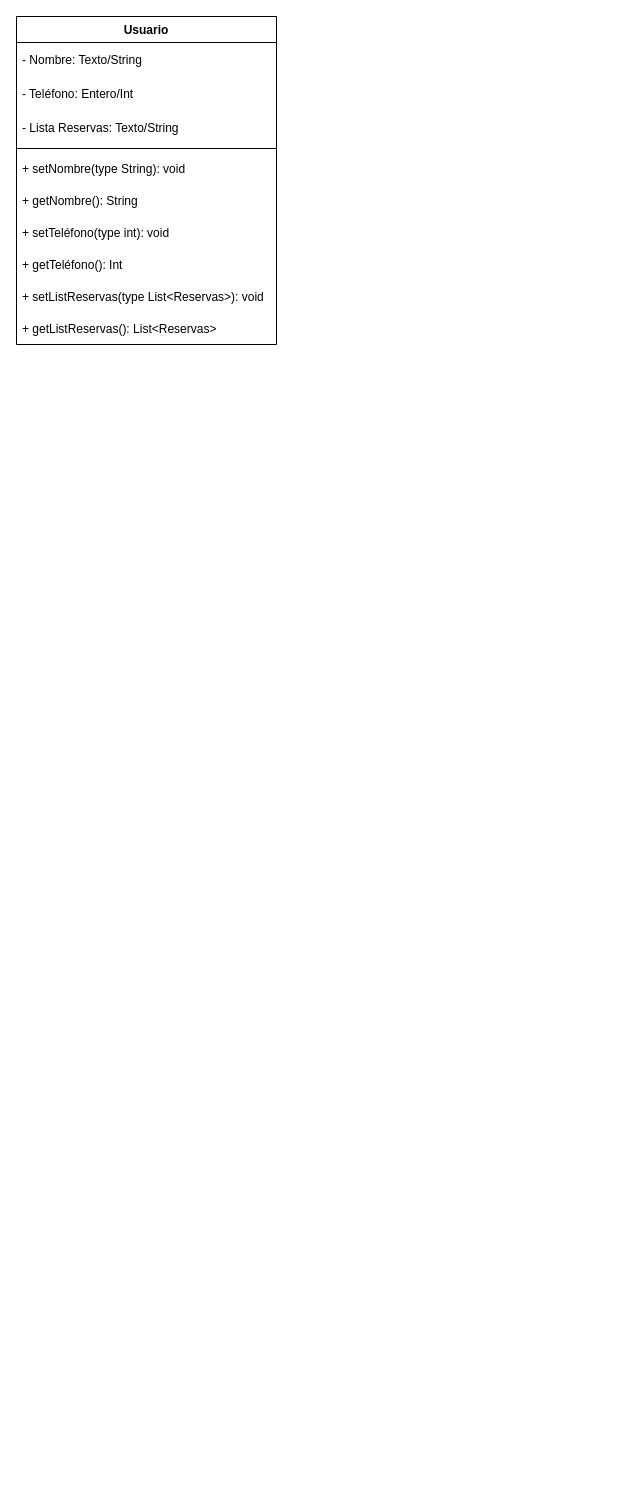
The draw.io diagram Unidad-3/DiagramaReservaVuelos.drawio in PeterMartEsc/ETS, before the edit. Source tidied: cells renumbered, new cells numbered last; positions are measured from the earlier drawing's top-left corner, leaving out a move shared by most shapes. Both pictures are drawn from the tidied source at 100%, with x=0, y=0 at pixel (16, 16).
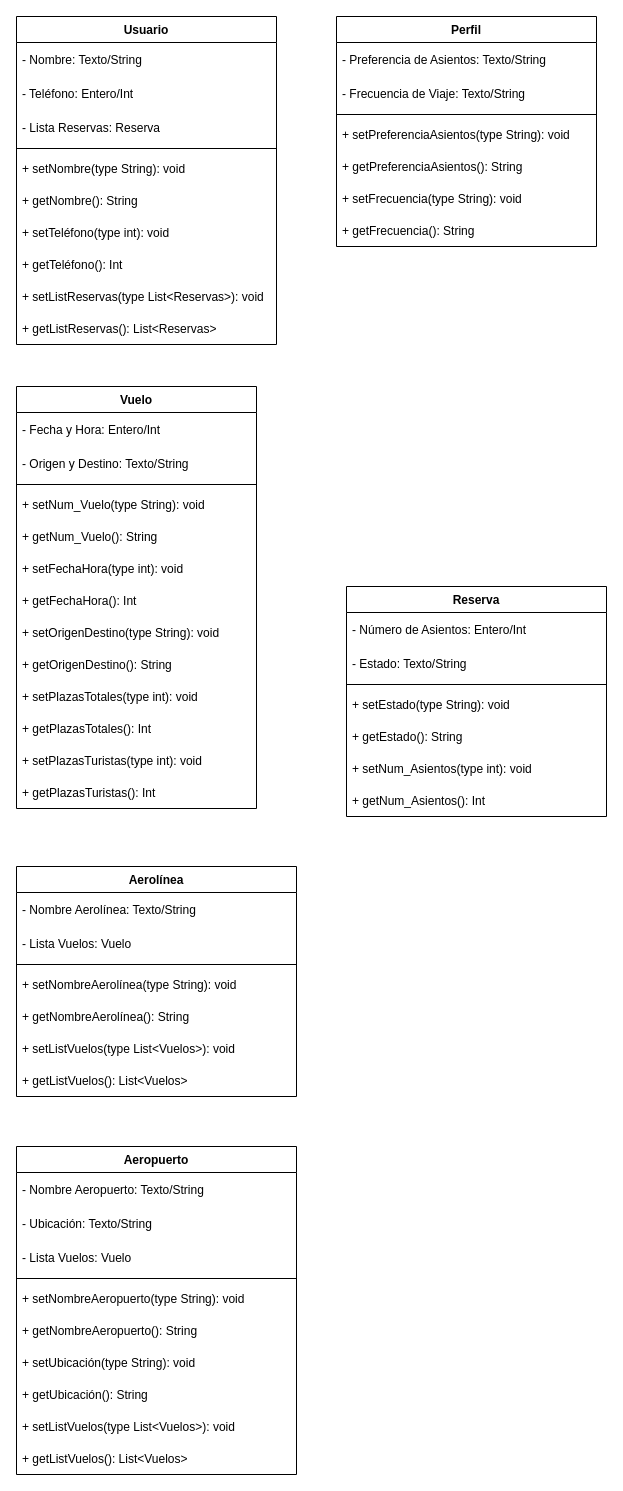
Above is the later version.

The change refers to these unchanged cells:
```xml
<mxCell id="2" value="Usuario" style="swimlane;align=center;verticalAlign=middle;horizontal=1;startSize=26;" parent="1" vertex="1">
  <mxGeometry width="260" height="328" as="geometry" />
</mxCell>
```

The edit, as a diff of the source:
```diff
@@
-    <mxCell id="5" value="- Lista Reservas: Texto/String" style="text;strokeColor=none;fillColor=none;align=left;verticalAlign=middle;spacingLeft=4;spacingRight=4;overflow=hidden;" parent="2" vertex="1">
+    <mxCell id="5" value="- Lista Reservas: Reserva" style="text;strokeColor=none;fillColor=none;align=left;verticalAlign=middle;spacingLeft=4;spacingRight=4;overflow=hidden;" parent="2" vertex="1">
       <mxGeometry y="94" width="260" height="34" as="geometry" />
     </mxCell>
@@
+    <mxCell id="13" value="Vuelo" style="swimlane;align=center;verticalAlign=middle;horizontal=1;startSize=26;" parent="1" vertex="1">
+      <mxGeometry y="370" width="240" height="422" as="geometry" />
+    </mxCell>
+    <mxCell id="14" value="- Fecha y Hora: Entero/Int" style="text;strokeColor=none;fillColor=none;align=left;verticalAlign=middle;spacingLeft=4;spacingRight=4;overflow=hidden;" parent="13" vertex="1">
+      <mxGeometry y="26" width="240" height="34" as="geometry" />
+    </mxCell>
+    <mxCell id="15" value="- Origen y Destino: Texto/String" style="text;strokeColor=none;fillColor=none;align=left;verticalAlign=middle;spacingLeft=4;spacingRight=4;overflow=hidden;" parent="13" vertex="1">
+      <mxGeometry y="60" width="240" height="34" as="geometry" />
+    </mxCell>
+    <mxCell id="16" style="line;strokeWidth=1;fillColor=none;align=left;verticalAlign=middle;spacingTop=-1;spacingLeft=3;spacingRight=3;labelPosition=right;strokeColor=inherit;" parent="13" vertex="1">
+      <mxGeometry y="94" width="240" height="8" as="geometry" />
+    </mxCell>
+    <mxCell id="17" value="+ setNum_Vuelo(type String): void" style="text;strokeColor=none;fillColor=none;align=left;verticalAlign=middle;spacingLeft=4;spacingRight=4;overflow=hidden;" parent="13" vertex="1">
+      <mxGeometry y="102" width="240" height="32" as="geometry" />
+    </mxCell>
+    <mxCell id="18" value="+ getNum_Vuelo(): String" style="text;strokeColor=none;fillColor=none;align=left;verticalAlign=middle;spacingLeft=4;spacingRight=4;overflow=hidden;" parent="13" vertex="1">
+      <mxGeometry y="134" width="240" height="32" as="geometry" />
+    </mxCell>
+    <mxCell id="19" value="+ setFechaHora(type int): void" style="text;strokeColor=none;fillColor=none;align=left;verticalAlign=middle;spacingLeft=4;spacingRight=4;overflow=hidden;" parent="13" vertex="1">
+      <mxGeometry y="166" width="240" height="32" as="geometry" />
+    </mxCell>
+    <mxCell id="20" value="+ getFechaHora(): Int" style="text;strokeColor=none;fillColor=none;align=left;verticalAlign=middle;spacingLeft=4;spacingRight=4;overflow=hidden;" parent="13" vertex="1">
+      <mxGeometry y="198" width="240" height="32" as="geometry" />
+    </mxCell>
+    <mxCell id="21" value="+ setOrigenDestino(type String): void" style="text;strokeColor=none;fillColor=none;align=left;verticalAlign=middle;spacingLeft=4;spacingRight=4;overflow=hidden;" parent="13" vertex="1">
+      <mxGeometry y="230" width="240" height="32" as="geometry" />
+    </mxCell>
+    <mxCell id="22" value="+ getOrigenDestino(): String" style="text;strokeColor=none;fillColor=none;align=left;verticalAlign=middle;spacingLeft=4;spacingRight=4;overflow=hidden;" parent="13" vertex="1">
+      <mxGeometry y="262" width="240" height="32" as="geometry" />
+    </mxCell>
+    <mxCell id="23" value="+ setPlazasTotales(type int): void" style="text;strokeColor=none;fillColor=none;align=left;verticalAlign=middle;spacingLeft=4;spacingRight=4;overflow=hidden;" parent="13" vertex="1">
+      <mxGeometry y="294" width="240" height="32" as="geometry" />
+    </mxCell>
+    <mxCell id="24" value="+ getPlazasTotales(): Int" style="text;strokeColor=none;fillColor=none;align=left;verticalAlign=middle;spacingLeft=4;spacingRight=4;overflow=hidden;" parent="13" vertex="1">
+      <mxGeometry y="326" width="240" height="32" as="geometry" />
+    </mxCell>
+    <mxCell id="25" value="+ setPlazasTuristas(type int): void" style="text;strokeColor=none;fillColor=none;align=left;verticalAlign=middle;spacingLeft=4;spacingRight=4;overflow=hidden;" parent="13" vertex="1">
+      <mxGeometry y="358" width="240" height="32" as="geometry" />
+    </mxCell>
+    <mxCell id="26" value="+ getPlazasTuristas(): Int" style="text;strokeColor=none;fillColor=none;align=left;verticalAlign=middle;spacingLeft=4;spacingRight=4;overflow=hidden;" parent="13" vertex="1">
+      <mxGeometry y="390" width="240" height="32" as="geometry" />
+    </mxCell>
+    <mxCell id="27" value="Reserva" style="swimlane;align=center;verticalAlign=middle;horizontal=1;startSize=26;" parent="1" vertex="1">
+      <mxGeometry x="330" y="570" width="260" height="230" as="geometry" />
+    </mxCell>
+    <mxCell id="28" value="- Número de Asientos: Entero/Int" style="text;strokeColor=none;fillColor=none;align=left;verticalAlign=middle;spacingLeft=4;spacingRight=4;overflow=hidden;" parent="27" vertex="1">
+      <mxGeometry y="26" width="260" height="34" as="geometry" />
+    </mxCell>
+    <mxCell id="29" value="- Estado: Texto/String" style="text;align=left;verticalAlign=middle;spacingLeft=4;spacingRight=4;overflow=hidden;labelBackgroundColor=none;" parent="27" vertex="1">
+      <mxGeometry y="60" width="260" height="34" as="geometry" />
+    </mxCell>
+    <mxCell id="30" style="line;strokeWidth=1;fillColor=none;align=left;verticalAlign=middle;spacingTop=-1;spacingLeft=3;spacingRight=3;labelPosition=right;strokeColor=inherit;" parent="27" vertex="1">
+      <mxGeometry y="94" width="260" height="8" as="geometry" />
+    </mxCell>
+    <mxCell id="31" value="+ setEstado(type String): void" style="text;strokeColor=none;fillColor=none;align=left;verticalAlign=middle;spacingLeft=4;spacingRight=4;overflow=hidden;" parent="27" vertex="1">
+      <mxGeometry y="102" width="260" height="32" as="geometry" />
+    </mxCell>
+    <mxCell id="32" value="+ getEstado(): String" style="text;strokeColor=none;fillColor=none;align=left;verticalAlign=middle;spacingLeft=4;spacingRight=4;overflow=hidden;" parent="27" vertex="1">
+      <mxGeometry y="134" width="260" height="32" as="geometry" />
+    </mxCell>
+    <mxCell id="33" value="+ setNum_Asientos(type int): void" style="text;strokeColor=none;fillColor=none;align=left;verticalAlign=middle;spacingLeft=4;spacingRight=4;overflow=hidden;" parent="27" vertex="1">
+      <mxGeometry y="166" width="260" height="32" as="geometry" />
+    </mxCell>
+    <mxCell id="34" value="+ getNum_Asientos(): Int" style="text;strokeColor=none;fillColor=none;align=left;verticalAlign=middle;spacingLeft=4;spacingRight=4;overflow=hidden;" parent="27" vertex="1">
+      <mxGeometry y="198" width="260" height="32" as="geometry" />
+    </mxCell>
+    <mxCell id="35" value="Aerolínea" style="swimlane;align=center;verticalAlign=middle;horizontal=1;startSize=26;" parent="1" vertex="1">
+      <mxGeometry y="850" width="280" height="230" as="geometry" />
+    </mxCell>
+    <mxCell id="36" value="- Nombre Aerolínea: Texto/String" style="text;strokeColor=none;fillColor=none;align=left;verticalAlign=middle;spacingLeft=4;spacingRight=4;overflow=hidden;" parent="35" vertex="1">
+      <mxGeometry y="26" width="280" height="34" as="geometry" />
+    </mxCell>
+    <mxCell id="37" value="- Lista Vuelos: Vuelo" style="text;strokeColor=none;fillColor=none;align=left;verticalAlign=middle;spacingLeft=4;spacingRight=4;overflow=hidden;" parent="35" vertex="1">
+      <mxGeometry y="60" width="280" height="34" as="geometry" />
+    </mxCell>
+    <mxCell id="38" style="line;strokeWidth=1;fillColor=none;align=left;verticalAlign=middle;spacingTop=-1;spacingLeft=3;spacingRight=3;labelPosition=right;strokeColor=inherit;" parent="35" vertex="1">
+      <mxGeometry y="94" width="280" height="8" as="geometry" />
+    </mxCell>
+    <mxCell id="39" value="+ setNombreAerolínea(type String): void" style="text;strokeColor=none;fillColor=none;align=left;verticalAlign=middle;spacingLeft=4;spacingRight=4;overflow=hidden;" parent="35" vertex="1">
+      <mxGeometry y="102" width="280" height="32" as="geometry" />
+    </mxCell>
+    <mxCell id="40" value="+ getNombreAerolínea(): String" style="text;strokeColor=none;fillColor=none;align=left;verticalAlign=middle;spacingLeft=4;spacingRight=4;overflow=hidden;" parent="35" vertex="1">
+      <mxGeometry y="134" width="280" height="32" as="geometry" />
+    </mxCell>
+    <mxCell id="41" value="+ setListVuelos(type List&lt;Vuelos&gt;): void" style="text;strokeColor=none;fillColor=none;align=left;verticalAlign=middle;spacingLeft=4;spacingRight=4;overflow=hidden;" parent="35" vertex="1">
+      <mxGeometry y="166" width="280" height="32" as="geometry" />
+    </mxCell>
+    <mxCell id="42" value="+ getListVuelos(): List&lt;Vuelos&gt;" style="text;strokeColor=none;fillColor=none;align=left;verticalAlign=middle;spacingLeft=4;spacingRight=4;overflow=hidden;" parent="35" vertex="1">
+      <mxGeometry y="198" width="280" height="32" as="geometry" />
+    </mxCell>
+    <mxCell id="43" value="Aeropuerto" style="swimlane;align=center;verticalAlign=middle;horizontal=1;startSize=26;" parent="1" vertex="1">
+      <mxGeometry y="1130" width="280" height="328" as="geometry" />
+    </mxCell>
+    <mxCell id="44" value="- Nombre Aeropuerto: Texto/String" style="text;strokeColor=none;fillColor=none;align=left;verticalAlign=middle;spacingLeft=4;spacingRight=4;overflow=hidden;" parent="43" vertex="1">
+      <mxGeometry y="26" width="280" height="34" as="geometry" />
+    </mxCell>
+    <mxCell id="45" value="- Ubicación: Texto/String" style="text;strokeColor=none;fillColor=none;align=left;verticalAlign=middle;spacingLeft=4;spacingRight=4;overflow=hidden;" parent="43" vertex="1">
+      <mxGeometry y="60" width="280" height="34" as="geometry" />
+    </mxCell>
+    <mxCell id="46" value="- Lista Vuelos: Vuelo" style="text;strokeColor=none;fillColor=none;align=left;verticalAlign=middle;spacingLeft=4;spacingRight=4;overflow=hidden;" parent="43" vertex="1">
+      <mxGeometry y="94" width="280" height="34" as="geometry" />
+    </mxCell>
+    <mxCell id="47" style="line;strokeWidth=1;fillColor=none;align=left;verticalAlign=middle;spacingTop=-1;spacingLeft=3;spacingRight=3;labelPosition=right;strokeColor=inherit;" parent="43" vertex="1">
+      <mxGeometry y="128" width="280" height="8" as="geometry" />
+    </mxCell>
+    <mxCell id="48" value="+ setNombreAeropuerto(type String): void" style="text;strokeColor=none;fillColor=none;align=left;verticalAlign=middle;spacingLeft=4;spacingRight=4;overflow=hidden;" parent="43" vertex="1">
+      <mxGeometry y="136" width="280" height="32" as="geometry" />
+    </mxCell>
+    <mxCell id="49" value="+ getNombreAeropuerto(): String" style="text;strokeColor=none;fillColor=none;align=left;verticalAlign=middle;spacingLeft=4;spacingRight=4;overflow=hidden;" parent="43" vertex="1">
+      <mxGeometry y="168" width="280" height="32" as="geometry" />
+    </mxCell>
+    <mxCell id="50" value="+ setUbicación(type String): void" style="text;strokeColor=none;fillColor=none;align=left;verticalAlign=middle;spacingLeft=4;spacingRight=4;overflow=hidden;" parent="43" vertex="1">
+      <mxGeometry y="200" width="280" height="32" as="geometry" />
+    </mxCell>
+    <mxCell id="51" value="+ getUbicación(): String" style="text;strokeColor=none;fillColor=none;align=left;verticalAlign=middle;spacingLeft=4;spacingRight=4;overflow=hidden;" parent="43" vertex="1">
+      <mxGeometry y="232" width="280" height="32" as="geometry" />
+    </mxCell>
+    <mxCell id="52" value="+ setListVuelos(type List&lt;Vuelos&gt;): void" style="text;strokeColor=none;fillColor=none;align=left;verticalAlign=middle;spacingLeft=4;spacingRight=4;overflow=hidden;" parent="43" vertex="1">
+      <mxGeometry y="264" width="280" height="32" as="geometry" />
+    </mxCell>
+    <mxCell id="53" value="+ getListVuelos(): List&lt;Vuelos&gt;" style="text;strokeColor=none;fillColor=none;align=left;verticalAlign=middle;spacingLeft=4;spacingRight=4;overflow=hidden;" parent="43" vertex="1">
+      <mxGeometry y="296" width="280" height="32" as="geometry" />
+    </mxCell>
+    <mxCell id="54" value="Perfil" style="swimlane;align=center;verticalAlign=middle;horizontal=1;startSize=26;" parent="1" vertex="1">
+      <mxGeometry x="320" width="260" height="230" as="geometry" />
+    </mxCell>
+    <mxCell id="55" value="- Preferencia de Asientos: Texto/String" style="text;align=left;verticalAlign=middle;spacingLeft=4;spacingRight=4;overflow=hidden;labelBackgroundColor=none;" parent="54" vertex="1">
+      <mxGeometry y="26" width="260" height="34" as="geometry" />
+    </mxCell>
+    <mxCell id="56" value="- Frecuencia de Viaje: Texto/String" style="text;strokeColor=none;fillColor=none;align=left;verticalAlign=middle;spacingLeft=4;spacingRight=4;overflow=hidden;" parent="54" vertex="1">
+      <mxGeometry y="60" width="260" height="34" as="geometry" />
+    </mxCell>
+    <mxCell id="57" style="line;strokeWidth=1;fillColor=none;align=left;verticalAlign=middle;spacingTop=-1;spacingLeft=3;spacingRight=3;labelPosition=right;strokeColor=inherit;" parent="54" vertex="1">
+      <mxGeometry y="94" width="260" height="8" as="geometry" />
+    </mxCell>
+    <mxCell id="58" value="+ setPreferenciaAsientos(type String): void" style="text;strokeColor=none;fillColor=none;align=left;verticalAlign=middle;spacingLeft=4;spacingRight=4;overflow=hidden;" parent="54" vertex="1">
+      <mxGeometry y="102" width="260" height="32" as="geometry" />
+    </mxCell>
+    <mxCell id="59" value="+ getPreferenciaAsientos(): String" style="text;strokeColor=none;fillColor=none;align=left;verticalAlign=middle;spacingLeft=4;spacingRight=4;overflow=hidden;" parent="54" vertex="1">
+      <mxGeometry y="134" width="260" height="32" as="geometry" />
+    </mxCell>
+    <mxCell id="60" value="+ setFrecuencia(type String): void" style="text;strokeColor=none;fillColor=none;align=left;verticalAlign=middle;spacingLeft=4;spacingRight=4;overflow=hidden;" parent="54" vertex="1">
+      <mxGeometry y="166" width="260" height="32" as="geometry" />
+    </mxCell>
+    <mxCell id="61" value="+ getFrecuencia(): String" style="text;strokeColor=none;fillColor=none;align=left;verticalAlign=middle;spacingLeft=4;spacingRight=4;overflow=hidden;" parent="54" vertex="1">
+      <mxGeometry y="198" width="260" height="32" as="geometry" />
+    </mxCell>
```
